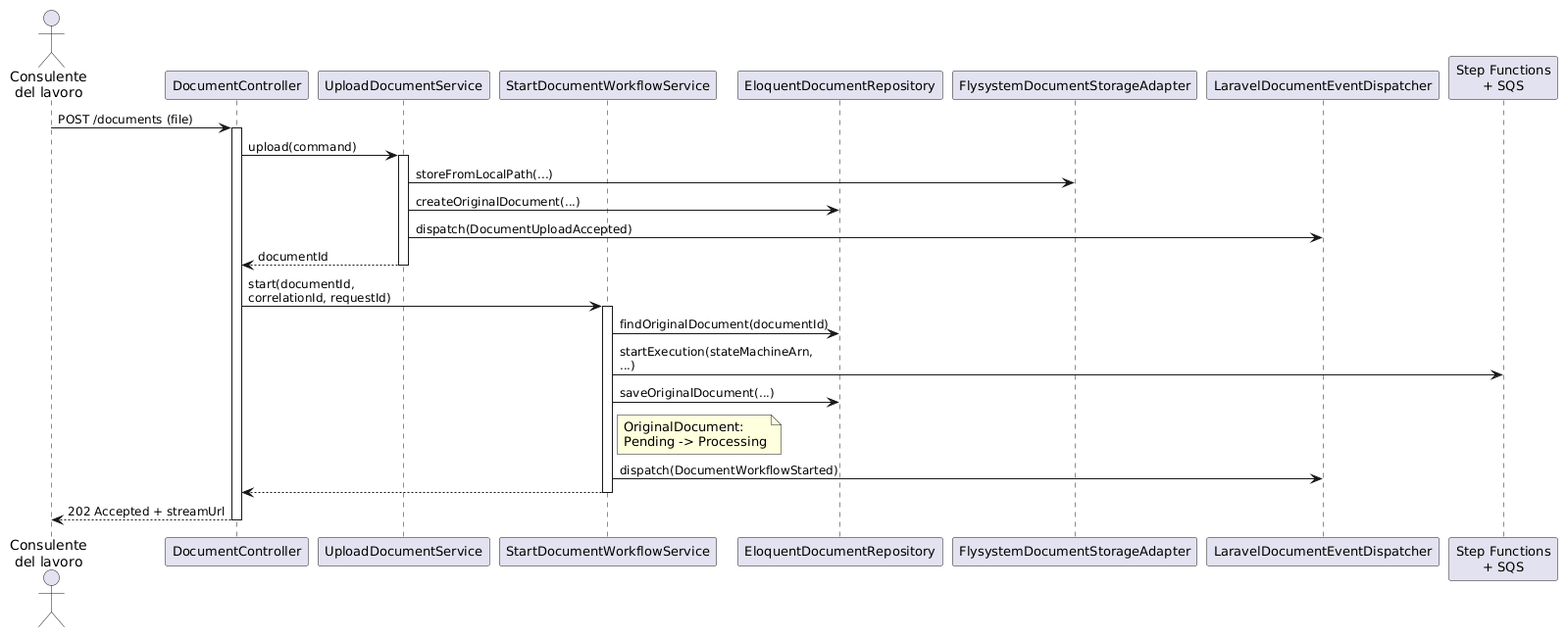
The PlantUML diagram PB/Specifica Tecnica/ImmaginiSpecificaTecnica/Esagonale/documents-sequence-upload.png in aLittleByte-19/Documentazione, before a commit.
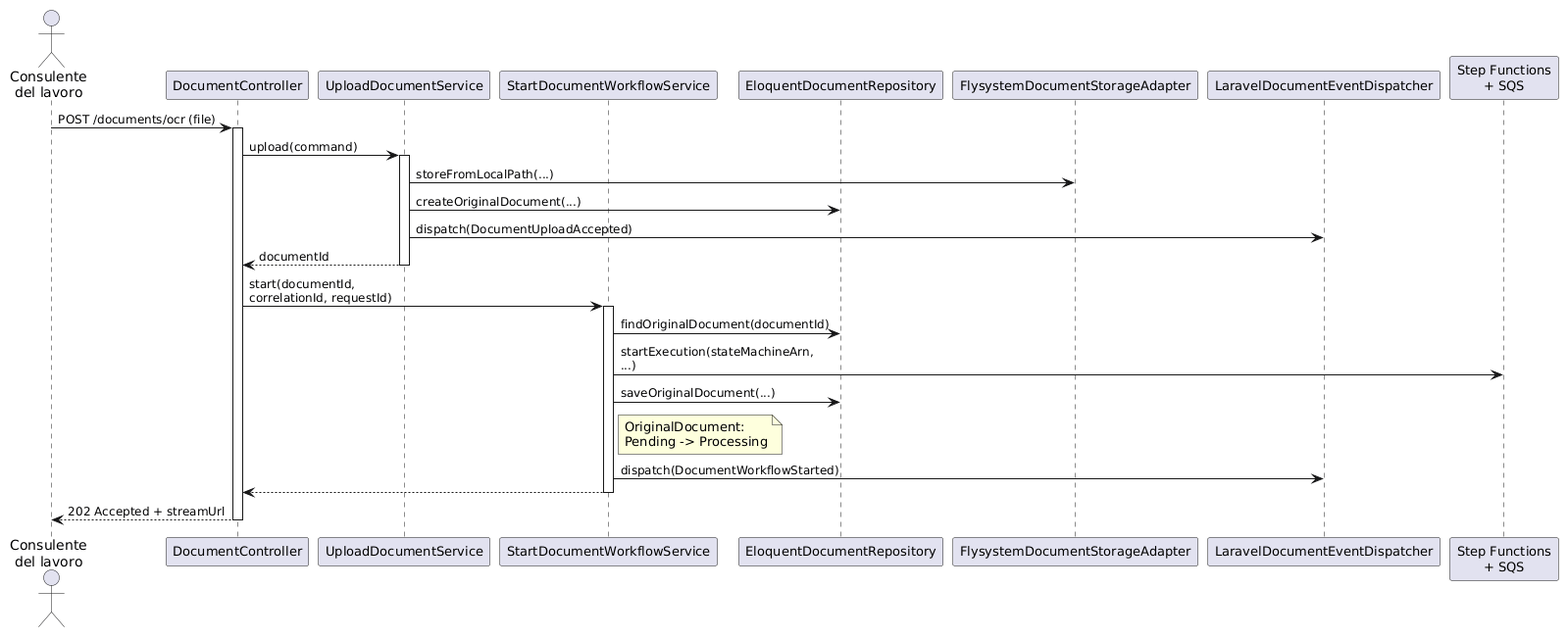
Above is the later version.

What changed in the source:
```diff
@@ -14,7 +14,7 @@
 participant "LaravelDocumentEventDispatcher" as EventDispatcher
 participant "Step Functions\n+ SQS" as StepFn
 
-Utente -> Controller: POST /documents (file)
+Utente -> Controller: POST /documents/ocr (file)
 activate Controller
 Controller -> Upload: upload(command)
 activate Upload
```
